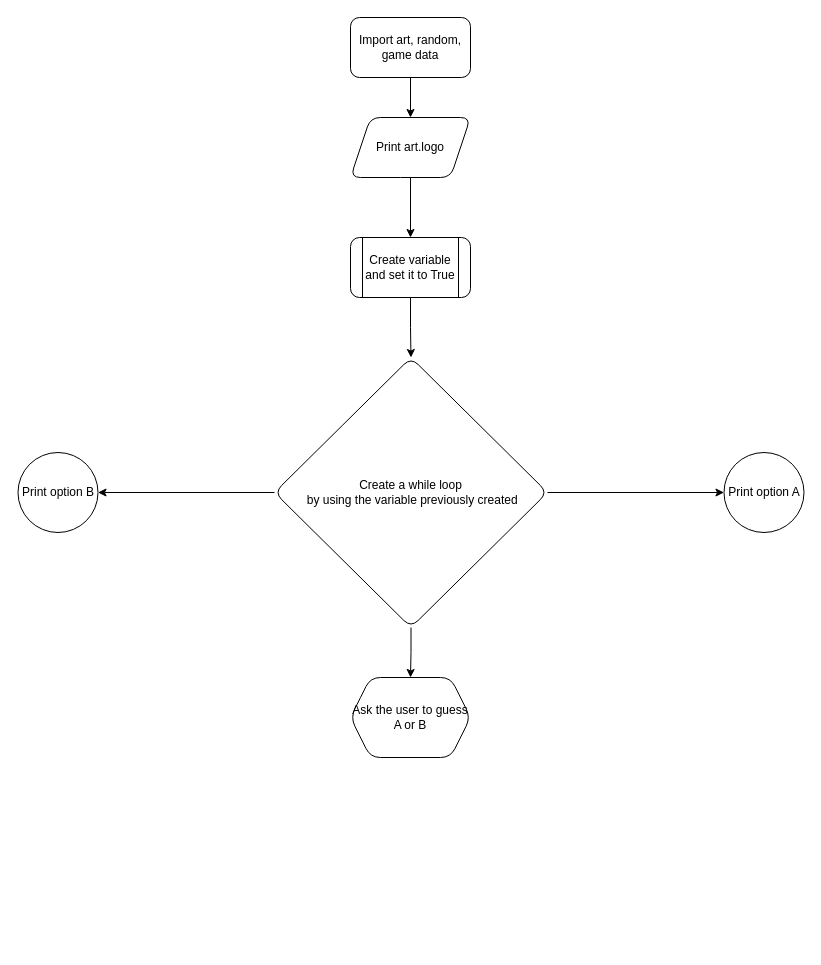
This is HighOrLowGame.drawio from Matasem-h/new_flowcharts, a draw.io file, before an edit. Source tidied: cells renumbered, new cells numbered last; positions are measured from the earlier drawing's top-left corner, leaving out a move shared by most shapes. Both pictures are drawn from the tidied source at 100%, with x=0, y=0 at pixel (17, 17).
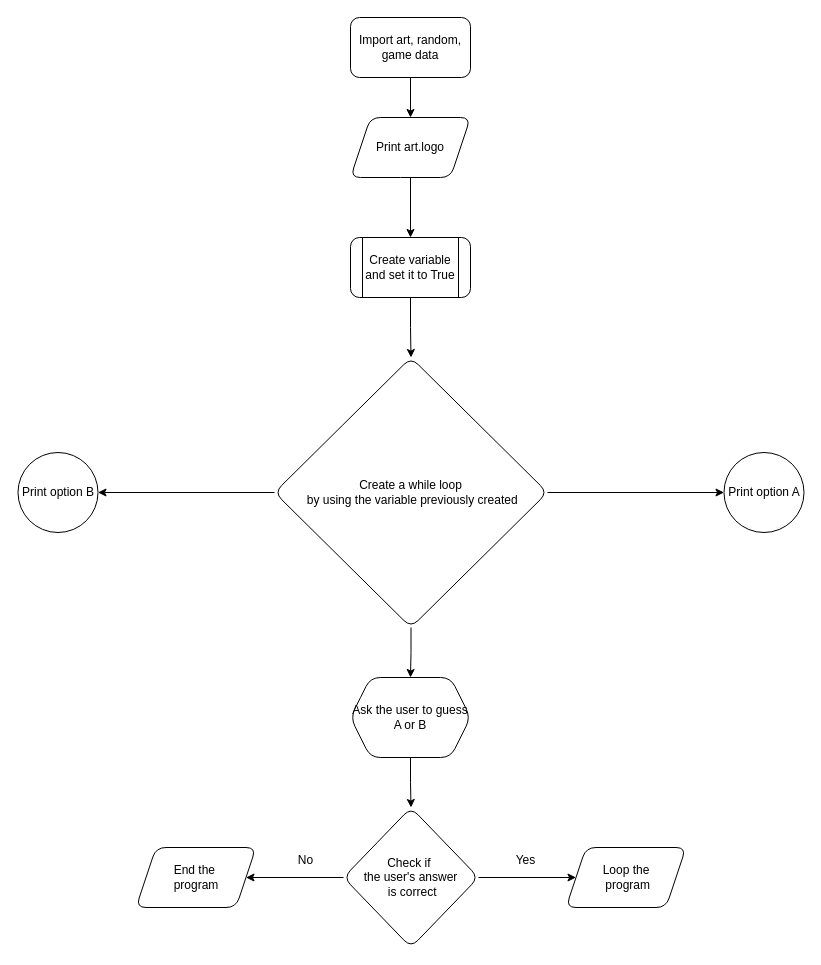
The same diagram, later.

The change refers to these unchanged cells:
```xml
<mxCell id="14" value="Ask the user to guess A or B" style="shape=hexagon;perimeter=hexagonPerimeter2;whiteSpace=wrap;html=1;fixedSize=1;rounded=1;" parent="1" vertex="1">
  <mxGeometry x="333" y="660" width="120" height="80" as="geometry" />
</mxCell>
```

What changed in the source:
```diff
@@
+    <mxCell id="15" style="edgeStyle=orthogonalEdgeStyle;rounded=0;jettySize=auto;html=1;" parent="1" edge="1" source="14" target="18">
+      <mxGeometry relative="1" as="geometry" />
+    </mxCell>
@@
+    <mxCell id="16" style="edgeStyle=orthogonalEdgeStyle;rounded=0;jettySize=auto;html=1;" parent="1" edge="1" source="18" target="19">
+      <mxGeometry relative="1" as="geometry" />
+    </mxCell>
+    <mxCell id="17" style="edgeStyle=orthogonalEdgeStyle;rounded=0;jettySize=auto;html=1;" parent="1" edge="1" source="18" target="20">
+      <mxGeometry relative="1" as="geometry" />
+    </mxCell>
+    <mxCell id="18" value="&lt;div&gt;Check if&amp;nbsp;&lt;/div&gt;&lt;div&gt;the user's answer&lt;/div&gt;&lt;div&gt;&amp;nbsp;is correct&lt;/div&gt;" style="rhombus;whiteSpace=wrap;html=1;rounded=1;" parent="1" vertex="1">
+      <mxGeometry x="326" y="790" width="135" height="140" as="geometry" />
+    </mxCell>
+    <mxCell id="19" value="&lt;div&gt;Loop the&lt;/div&gt;&lt;div&gt;&amp;nbsp;program&lt;/div&gt;" style="shape=parallelogram;perimeter=parallelogramPerimeter;whiteSpace=wrap;html=1;fixedSize=1;rounded=1;" parent="1" vertex="1">
+      <mxGeometry x="548.5" y="830" width="120" height="60" as="geometry" />
+    </mxCell>
+    <mxCell id="20" value="&lt;div&gt;End the&amp;nbsp;&lt;/div&gt;&lt;div&gt;program&lt;/div&gt;" style="shape=parallelogram;perimeter=parallelogramPerimeter;whiteSpace=wrap;html=1;fixedSize=1;rounded=1;" parent="1" vertex="1">
+      <mxGeometry x="118.5" y="830" width="120" height="60" as="geometry" />
+    </mxCell>
+    <mxCell id="21" value="Yes" style="text;html=1;align=center;verticalAlign=middle;strokeColor=none;fillColor=none;" parent="1" vertex="1">
+      <mxGeometry x="488" y="828" width="40" height="30" as="geometry" />
+    </mxCell>
+    <mxCell id="22" value="No" style="text;html=1;align=center;verticalAlign=middle;strokeColor=none;fillColor=none;" parent="1" vertex="1">
+      <mxGeometry x="268" y="828" width="40" height="30" as="geometry" />
+    </mxCell>
```
